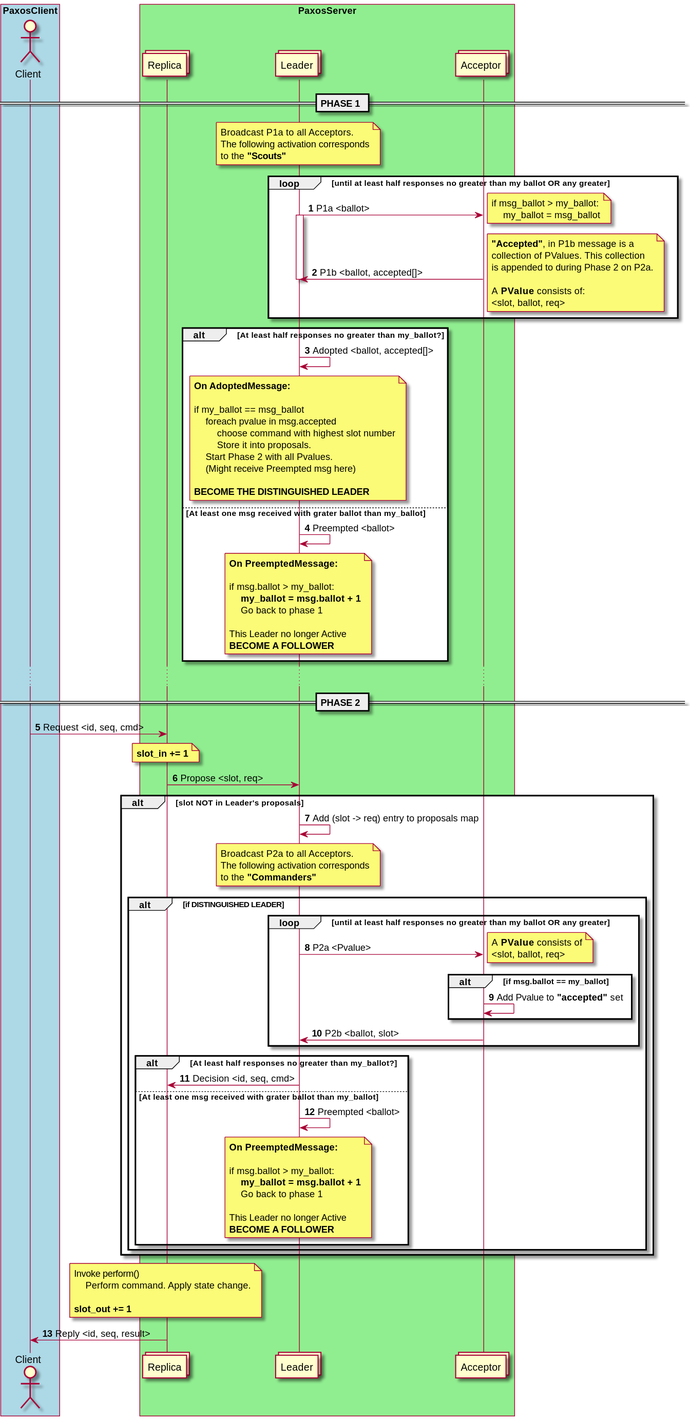
Above: img/PAXOS.svg in rodyce/paxos_understand (PlantUML), before the change.
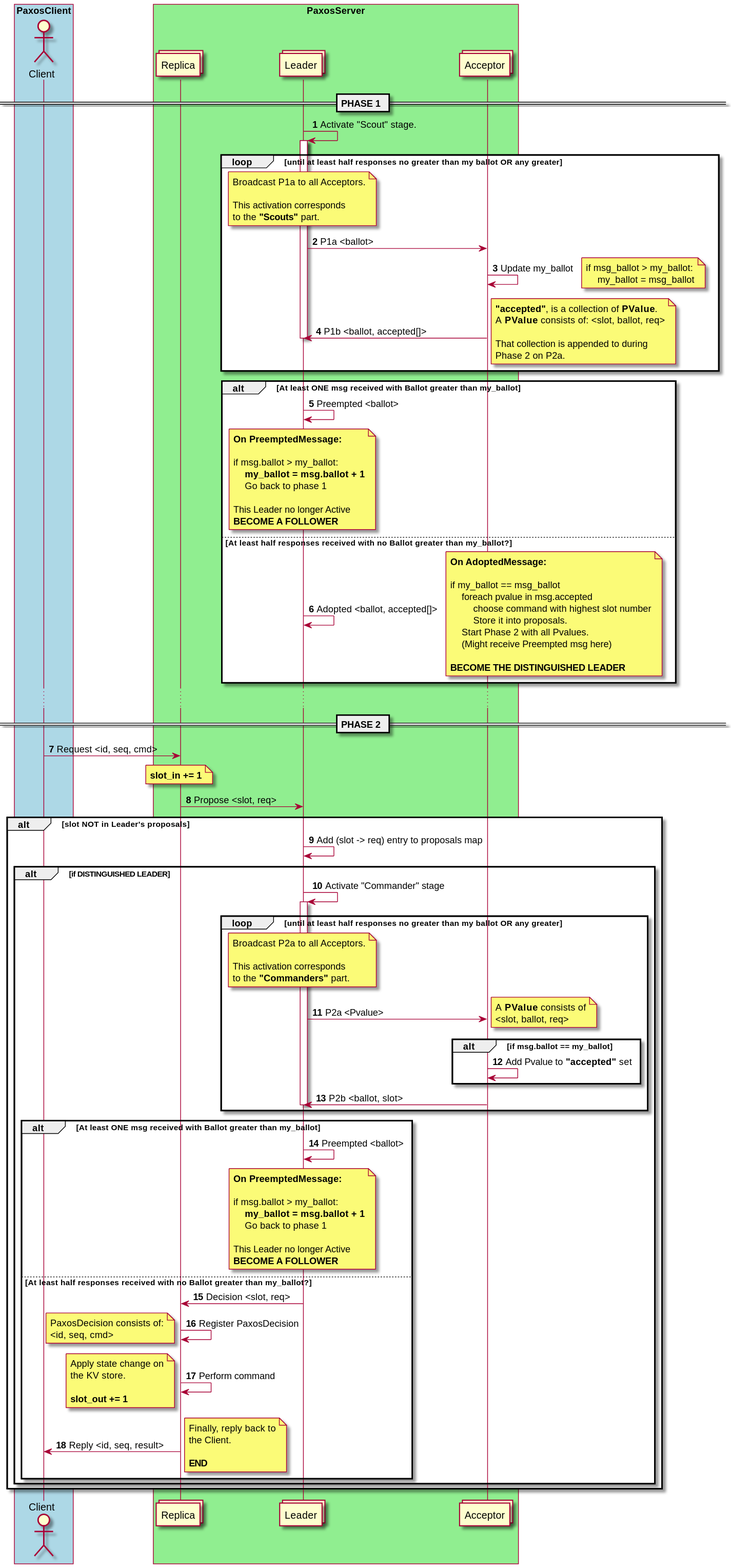
Later version of the same file.

The edit, as a diff of the source:
```diff
@@ -13,37 +13,53 @@
 
 == PHASE 1 ==
 
-note over Leader
-    Broadcast P1a to all Acceptors.
-    The following activation corresponds
-    to the **"Scouts"**
-end note
+Leader -> Leader : Activate "Scout" stage.
+
+activate Leader
 
 loop until at least half responses no greater than my ballot OR any greater
+    note over Leader
+        Broadcast P1a to all Acceptors.
+
+        This activation corresponds
+        to the **"Scouts"** part.
+    end note
+
     Leader -> Acceptor : P1a <ballot>
+
+    Acceptor -> Acceptor : Update my_ballot
     note right
         if msg_ballot > my_ballot:
             my_ballot = msg_ballot
     end note
 
-    activate Leader
-
     Acceptor -> Leader : P1b <ballot, accepted[]>
     note right
-        **"Accepted"**, in P1b message is a
-        collection of PValues. This collection
-        is appended to during Phase 2 on P2a.
+        **"accepted"**, is a collection of **PValue**.
+        A **PValue** consists of: <slot, ballot, req>
 
-        A **PValue** consists of:
-        <slot, ballot, req>
+        That collection is appended to during
+        Phase 2 on P2a.
     end note
 
     deactivate Leader
 end
 
-alt At least half responses no greater than my_ballot?
+alt At least ONE msg received with Ballot greater than my_ballot
+    Leader -> Leader : Preempted <ballot>
+    note over Leader
+        **On PreemptedMessage:**
+
+        if msg.ballot > my_ballot:
+            **my_ballot = msg.ballot + 1**
+            Go back to phase 1
+
+        This Leader no longer Active
+        **BECOME A FOLLOWER**
+    end note
+else At least half responses received with no Ballot greater than my_ballot?
     Leader -> Leader : Adopted <ballot, accepted[]>
-    note over Leader
+    note right
         **On AdoptedMessage:**
 
         if my_ballot == msg_ballot
@@ -54,18 +70,6 @@
             (Might receive Preempted msg here)
 
         **BECOME THE DISTINGUISHED LEADER**
-    end note
-else At least one msg received with grater ballot than my_ballot
-    Leader -> Leader : Preempted <ballot>
-    note over Leader
-        **On PreemptedMessage:**
-
-        if msg.ballot > my_ballot:
-            **my_ballot = msg.ballot + 1**
-            Go back to phase 1
-
-        This Leader no longer Active
-        **BECOME A FOLLOWER**
     end note
 end
 
@@ -83,14 +87,19 @@
 
 alt slot NOT in Leader's proposals
     Leader -> Leader : Add (slot -> req) entry to proposals map
-    note over Leader
-        Broadcast P2a to all Acceptors.
-        The following activation corresponds
-        to the **"Commanders"**
-    end note
 
     alt if DISTINGUISHED LEADER
+        Leader -> Leader : Activate "Commander" stage
+        activate Leader
+
         loop until at least half responses no greater than my ballot OR any greater
+            note over Leader
+                Broadcast P2a to all Acceptors.
+
+                This activation corresponds
+                to the **"Commanders"** part.
+            end note
+
             Leader -> Acceptor : P2a <Pvalue>
             note right
                 A **PValue** consists of
@@ -101,16 +110,13 @@
                 Acceptor -> Acceptor : Add Pvalue to **"accepted"** set
             end
 
-            activate Leader
 
             Acceptor -> Leader : P2b <ballot, slot>
 
             deactivate Leader
         end
 
-        alt At least half responses no greater than my_ballot?
-            Leader -> Replica : Decision <id, seq, cmd>
-        else At least one msg received with grater ballot than my_ballot
+        alt At least ONE msg received with Ballot greater than my_ballot
             Leader -> Leader : Preempted <ballot>
 
             note over Leader
@@ -123,17 +129,32 @@
                 This Leader no longer Active
                 **BECOME A FOLLOWER**
             end note
+        else At least half responses received with no Ballot greater than my_ballot?
+            Leader -> Replica : Decision <slot, req>
+
+            Replica -> Replica : Register PaxosDecision
+            note left
+                PaxosDecision consists of:
+                <id, seq, cmd>
+            end note
+
+            Replica -> Replica : Perform command
+            note left
+                Apply state change on
+                the KV store.
+
+                **slot_out += 1**
+            end note
+
+            Replica -> Client : Reply <id, seq, result>
+            note right
+                Finally, reply back to
+                the Client.
+
+                **END**
+            end note
         end
     end
 end
 
-note over Replica
-    Invoke perform()
-        Perform command. Apply state change.
-
-    **slot_out += 1**
-end note
-
-Replica -> Client : Reply <id, seq, result>
-
 @enduml
```
